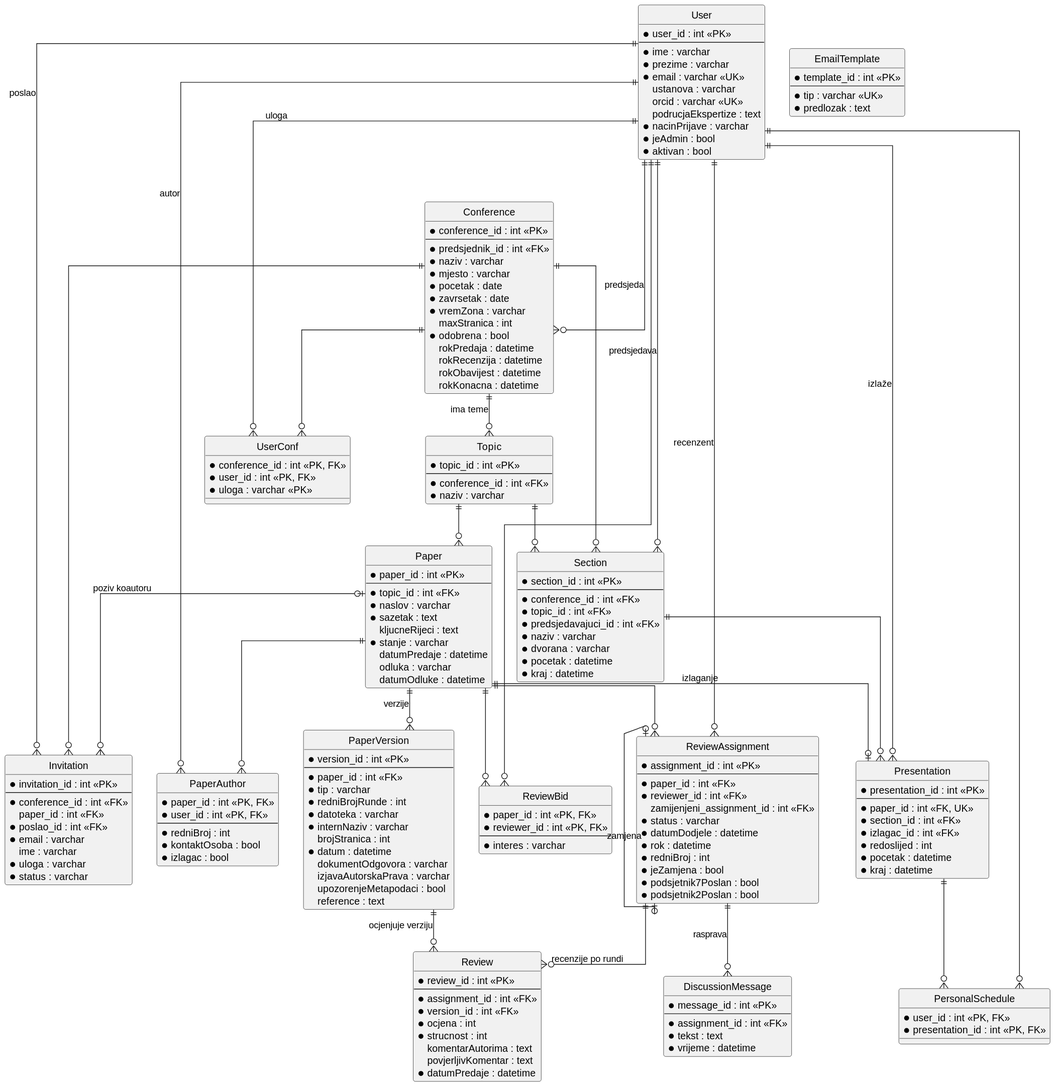
Earlier version of the PlantUML export docs/assets/diagrams/4-2-Konftrack-data-ERD.svg (MatejCuric/KonfTrack-Grupa-12.1).
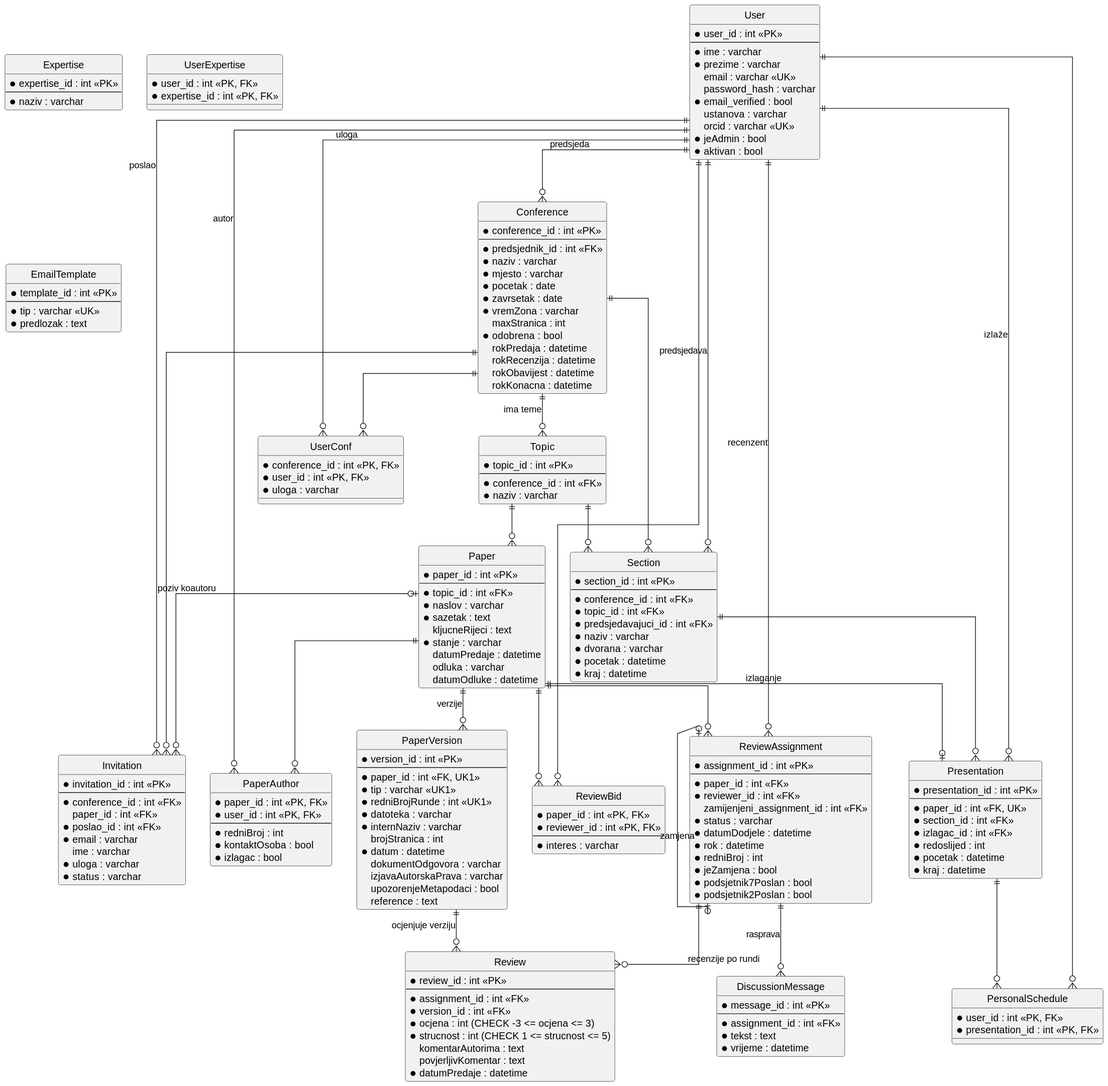
The same diagram one commit later.

Commit message:
popravak ERD

Change to the diagram source:
```diff
@@ -12,13 +12,24 @@
   --
   * ime : varchar
   * prezime : varchar
-  * email : varchar <<UK>>
+  email : varchar <<UK>>
+  password_hash : varchar
+  * email_verified : bool
   ustanova : varchar
   orcid : varchar <<UK>>
-  podrucjaEkspertize : text
-  * nacinPrijave : varchar
   * jeAdmin : bool
   * aktivan : bool
+}
+
+entity "Expertise" as Expertise {
+  * expertise_id : int <<PK>>
+  --
+  * naziv : varchar
+}
+
+entity "UserExpertise" as UserExpertise {
+  * user_id : int <<PK, FK>>
+  * expertise_id : int <<PK, FK>>
 }
 
 entity "Conference" as Conference {
@@ -48,7 +59,7 @@
 entity "UserConf" as UserConf {
   * conference_id : int <<PK, FK>>
   * user_id : int <<PK, FK>>
-  * uloga : varchar <<PK>>
+  * uloga : varchar
 }
 
 entity "Invitation" as Invitation {
@@ -88,9 +99,9 @@
 entity "PaperVersion" as PaperVersion {
   * version_id : int <<PK>>
   --
-  * paper_id : int <<FK>>
-  * tip : varchar
-  * redniBrojRunde : int
+  * paper_id : int <<FK, UK1>>
+  * tip : varchar <<UK1>>
+  * redniBrojRunde : int <<UK1>>
   * datoteka : varchar
   * internNaziv : varchar
   brojStranica : int
@@ -128,8 +139,8 @@
   --
   * assignment_id : int <<FK>>
   * version_id : int <<FK>>
-  * ocjena : int
-  * strucnost : int
+  * ocjena : int  (CHECK -3 <= ocjena <= 3)
+  * strucnost : int (CHECK 1 <= strucnost <= 5)
   komentarAutorima : text
   povjerljivKomentar : text
   * datumPredaje : datetime
```
